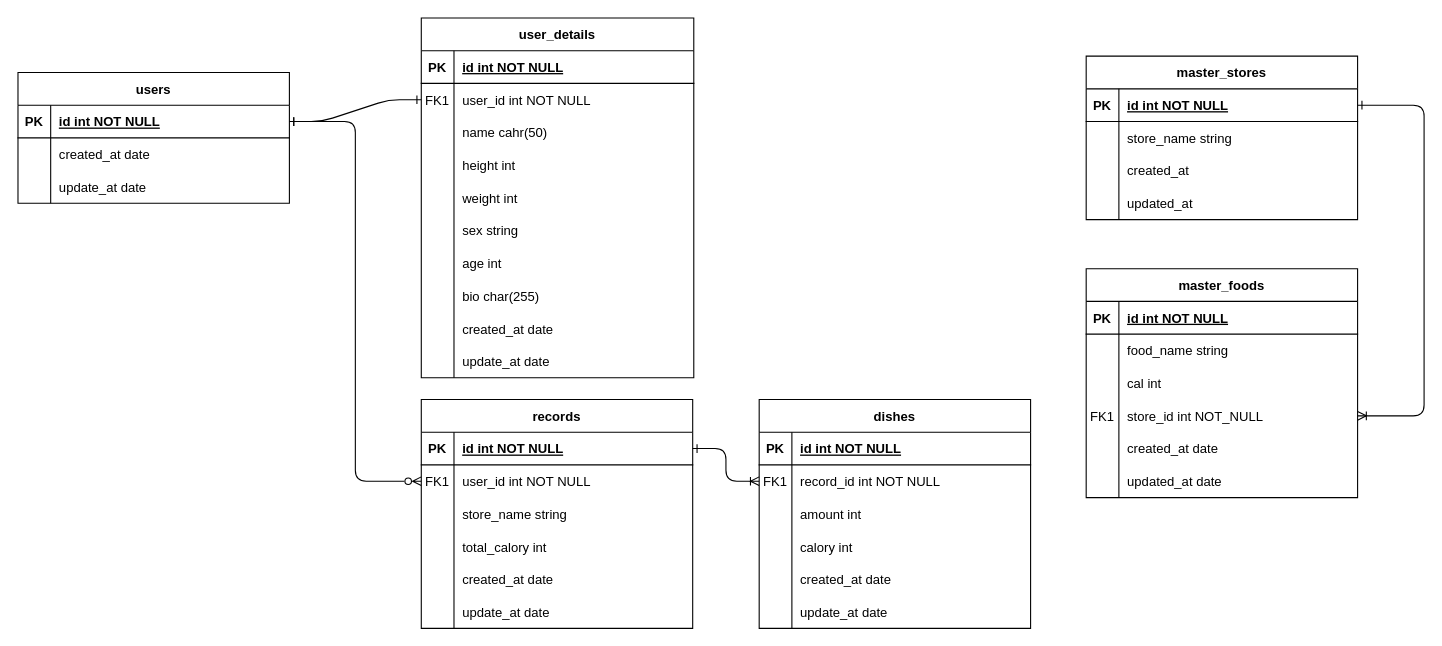
Before: Entity-Relationship-Diagram.drawio in kouki515/Sati8n-Backend, a draw.io diagram. Source tidied: cells renumbered, new cells numbered last; positions are measured from the earlier drawing's top-left corner, leaving out a move shared by most shapes. Both pictures are drawn from the tidied source at 109%, with x=0, y=0 at pixel (17, 17).
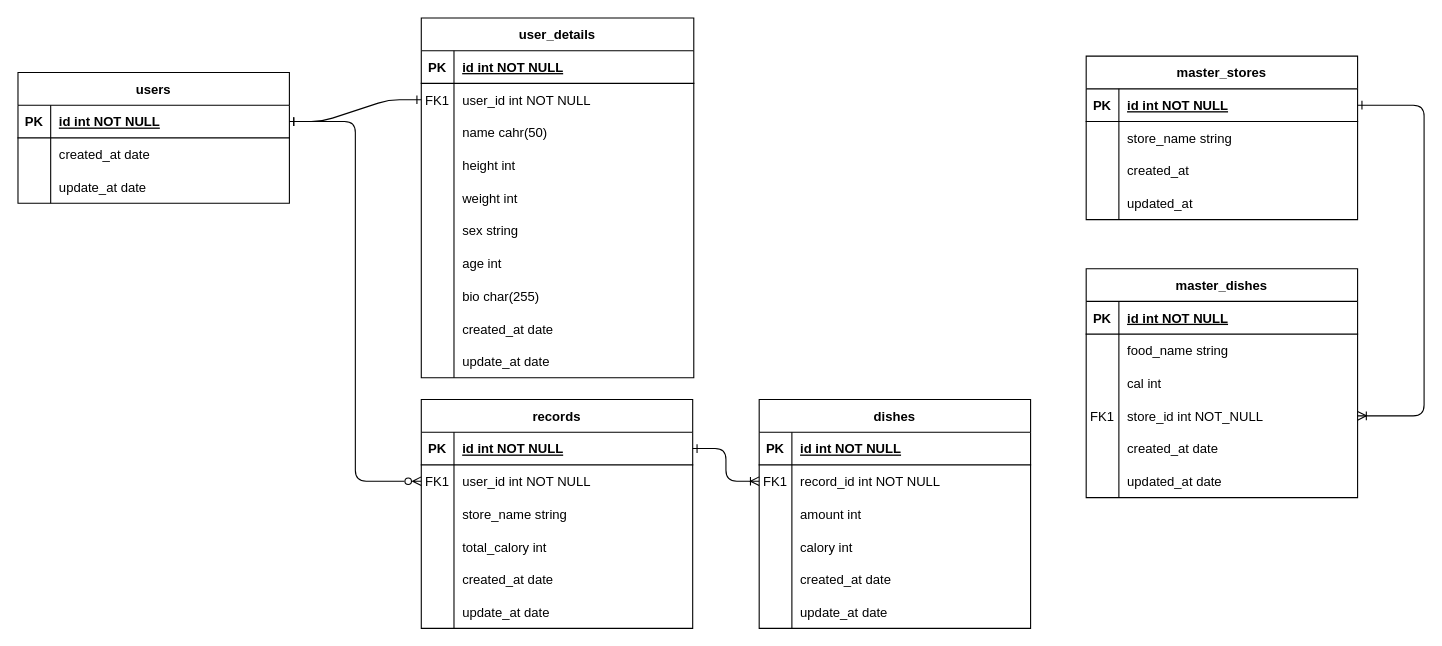
The same diagram, later.

Diff of the diagram source:
```diff
@@
-    <mxCell id="63" value="master_foods" style="shape=table;startSize=30;childLayout=tableLayout;rowLines=0;fontStyle=1;align=center;" parent="1" vertex="1">
+    <mxCell id="63" value="master_dishes" style="shape=table;startSize=30;childLayout=tableLayout;rowLines=0;fontStyle=1;align=center;" parent="1" vertex="1">
       <mxGeometry x="980" y="230" width="249" height="210" as="geometry" />
     </mxCell>
```
